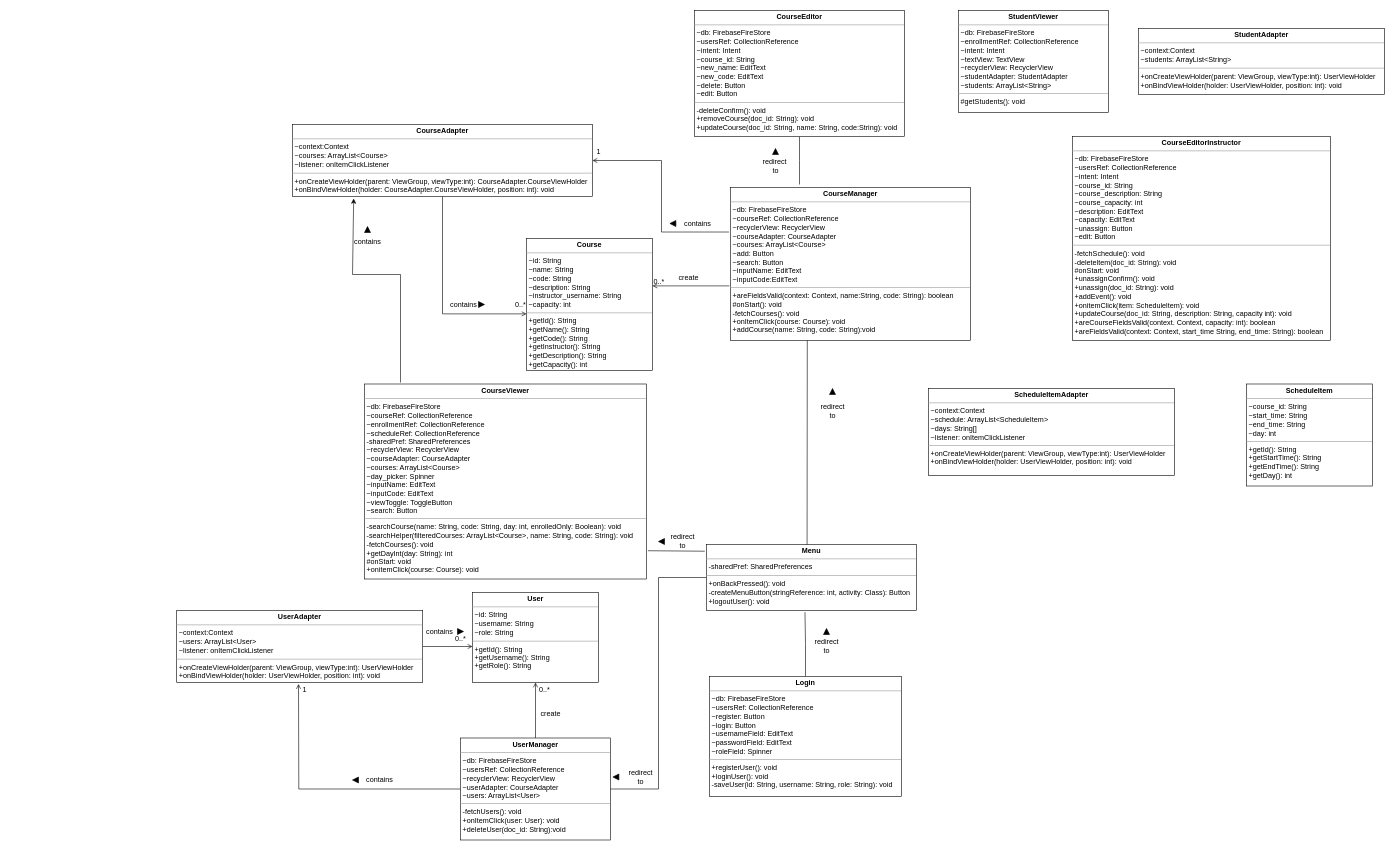
Before: UML_diagram.drawio in Lilydahamna/SEG3103_project, a draw.io diagram. Source tidied: cells renumbered, new cells numbered last; positions are measured from the earlier drawing's top-left corner, leaving out a move shared by most shapes. Both pictures are drawn from the tidied source at 60%, with x=0, y=0 at pixel (176, 10).
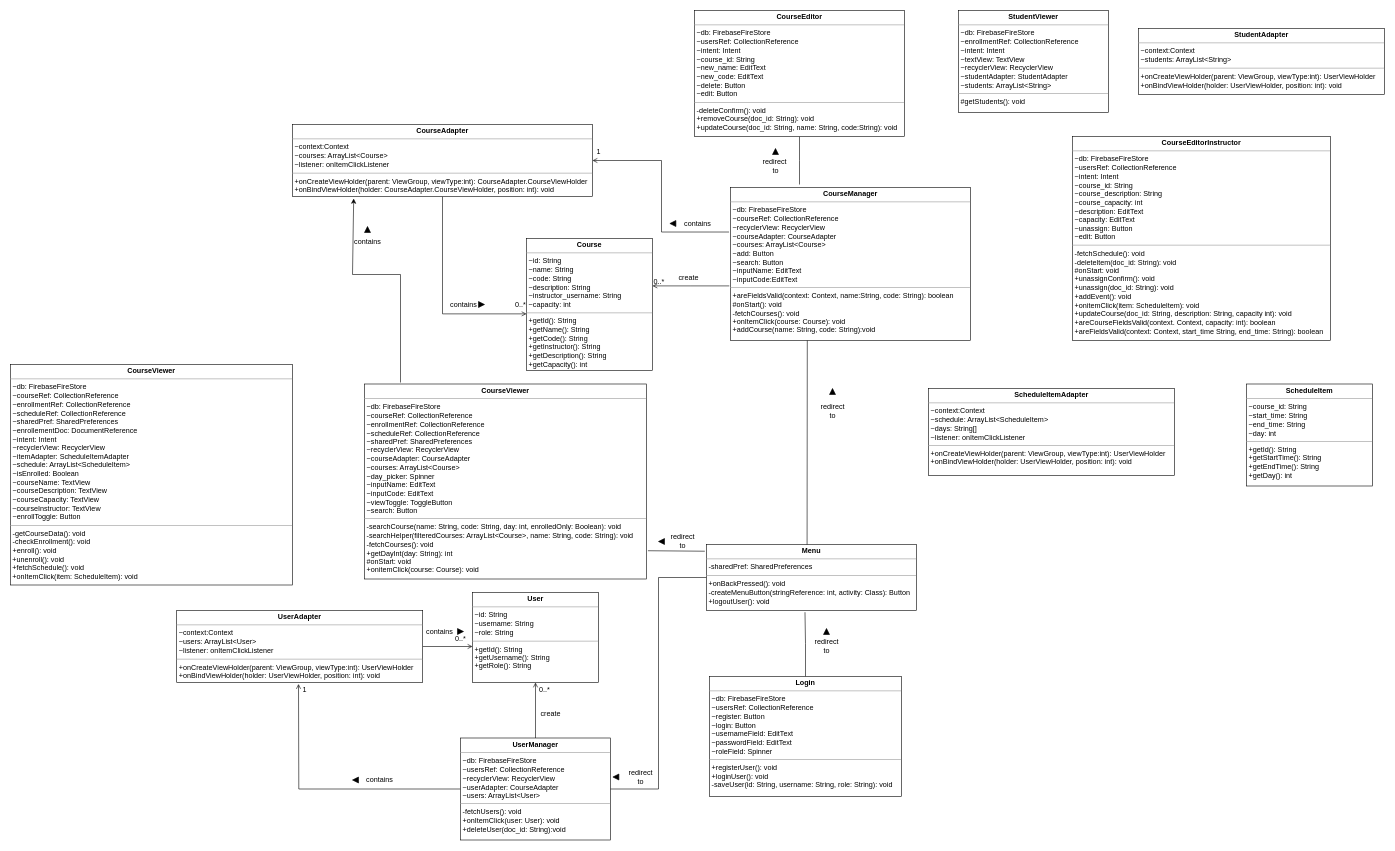
Above is the later version.

What changed in the source:
```diff
@@
-    <mxCell id="52" value="&lt;p style=&quot;margin:0px;margin-top:4px;text-align:center;&quot;&gt;&lt;b&gt;CourseViewer&lt;/b&gt;&lt;/p&gt;&lt;hr size=&quot;1&quot;&gt;&lt;p style=&quot;margin:0px;margin-left:4px;&quot;&gt;~db: FirebaseFireStore&lt;/p&gt;&lt;p style=&quot;margin:0px;margin-left:4px;&quot;&gt;~courseRef: CollectionReference&lt;/p&gt;&lt;p style=&quot;margin:0px;margin-left:4px;&quot;&gt;~enrollmentRef: CollectionReference&lt;br&gt;&lt;/p&gt;&lt;p style=&quot;margin:0px;margin-left:4px;&quot;&gt;~scheduleRef: CollectionReference&lt;br&gt;&lt;/p&gt;&lt;p style=&quot;margin:0px;margin-left:4px;&quot;&gt;-sharedPref: SharedPreferences&lt;/p&gt;&lt;p style=&quot;margin: 0px 0px 0px 4px;&quot;&gt;~recyclerView: RecyclerView&lt;/p&gt;&lt;p style=&quot;margin: 0px 0px 0px 4px;&quot;&gt;~courseAdapter: CourseAdapter&lt;/p&gt;&lt;p style=&quot;margin: 0px 0px 0px 4px;&quot;&gt;~courses: ArrayList&amp;lt;Course&amp;gt;&lt;/p&gt;&lt;p style=&quot;margin:0px;margin-left:4px;&quot;&gt;~day_picker: Spinner&lt;/p&gt;&lt;p style=&quot;margin:0px;margin-left:4px;&quot;&gt;~inputName: EditText&lt;/p&gt;&lt;p style=&quot;margin:0px;margin-left:4px;&quot;&gt;~inputCode: EditText&lt;/p&gt;&lt;p style=&quot;margin:0px;margin-left:4px;&quot;&gt;~viewToggle: ToggleButton&lt;/p&gt;&lt;p style=&quot;margin:0px;margin-left:4px;&quot;&gt;~search: Button&lt;/p&gt;&lt;hr size=&quot;1&quot;&gt;&lt;p style=&quot;margin:0px;margin-left:4px;&quot;&gt;-searchCourse(name: String, code: String, day: int, enrolledOnly: Boolean): void&lt;/p&gt;&lt;p style=&quot;margin:0px;margin-left:4px;&quot;&gt;-searchHelper(filteredCourses: ArrayList&amp;lt;Course&amp;gt;, name: String, code: String): void&lt;/p&gt;&lt;p style=&quot;margin:0px;margin-left:4px;&quot;&gt;-fetchCourses(): void&lt;/p&gt;&lt;p style=&quot;margin:0px;margin-left:4px;&quot;&gt;+getDayInt(day: String): int&lt;/p&gt;&lt;p style=&quot;margin:0px;margin-left:4px;&quot;&gt;#onStart: void&lt;/p&gt;&lt;p style=&quot;margin:0px;margin-left:4px;&quot;&gt;+onitemClick(course: Course): void&lt;/p&gt;" style="verticalAlign=top;align=left;overflow=fill;fontSize=12;fontFamily=Helvetica;html=1;" parent="1" vertex="1">
+    <mxCell id="52" value="&lt;p style=&quot;margin:0px;margin-top:4px;text-align:center;&quot;&gt;&lt;b&gt;CourseViewer&lt;/b&gt;&lt;/p&gt;&lt;hr size=&quot;1&quot;&gt;&lt;p style=&quot;margin:0px;margin-left:4px;&quot;&gt;~db: FirebaseFireStore&lt;/p&gt;&lt;p style=&quot;margin:0px;margin-left:4px;&quot;&gt;~courseRef: CollectionReference&lt;/p&gt;&lt;p style=&quot;margin:0px;margin-left:4px;&quot;&gt;~enrollmentRef: CollectionReference&lt;br&gt;&lt;/p&gt;&lt;p style=&quot;margin:0px;margin-left:4px;&quot;&gt;~scheduleRef: CollectionReference&lt;br&gt;&lt;/p&gt;&lt;p style=&quot;margin:0px;margin-left:4px;&quot;&gt;~sharedPref: SharedPreferences&lt;/p&gt;&lt;p style=&quot;margin: 0px 0px 0px 4px;&quot;&gt;~recyclerView: RecyclerView&lt;/p&gt;&lt;p style=&quot;margin: 0px 0px 0px 4px;&quot;&gt;~courseAdapter: CourseAdapter&lt;/p&gt;&lt;p style=&quot;margin: 0px 0px 0px 4px;&quot;&gt;~courses: ArrayList&amp;lt;Course&amp;gt;&lt;/p&gt;&lt;p style=&quot;margin:0px;margin-left:4px;&quot;&gt;~day_picker: Spinner&lt;/p&gt;&lt;p style=&quot;margin:0px;margin-left:4px;&quot;&gt;~inputName: EditText&lt;/p&gt;&lt;p style=&quot;margin:0px;margin-left:4px;&quot;&gt;~inputCode: EditText&lt;/p&gt;&lt;p style=&quot;margin:0px;margin-left:4px;&quot;&gt;~viewToggle: ToggleButton&lt;/p&gt;&lt;p style=&quot;margin:0px;margin-left:4px;&quot;&gt;~search: Button&lt;/p&gt;&lt;hr size=&quot;1&quot;&gt;&lt;p style=&quot;margin:0px;margin-left:4px;&quot;&gt;-searchCourse(name: String, code: String, day: int, enrolledOnly: Boolean): void&lt;/p&gt;&lt;p style=&quot;margin:0px;margin-left:4px;&quot;&gt;-searchHelper(filteredCourses: ArrayList&amp;lt;Course&amp;gt;, name: String, code: String): void&lt;/p&gt;&lt;p style=&quot;margin:0px;margin-left:4px;&quot;&gt;-fetchCourses(): void&lt;/p&gt;&lt;p style=&quot;margin:0px;margin-left:4px;&quot;&gt;+getDayInt(day: String): int&lt;/p&gt;&lt;p style=&quot;margin:0px;margin-left:4px;&quot;&gt;#onStart: void&lt;/p&gt;&lt;p style=&quot;margin:0px;margin-left:4px;&quot;&gt;+onitemClick(course: Course): void&lt;/p&gt;" style="verticalAlign=top;align=left;overflow=fill;fontSize=12;fontFamily=Helvetica;html=1;" parent="1" vertex="1">
       <mxGeometry x="313" y="622.5" width="470" height="325" as="geometry" />
     </mxCell>
@@
+    <mxCell id="59" value="&lt;p style=&quot;margin:0px;margin-top:4px;text-align:center;&quot;&gt;&lt;b&gt;CourseViewer&lt;/b&gt;&lt;/p&gt;&lt;hr size=&quot;1&quot;&gt;&lt;p style=&quot;margin:0px;margin-left:4px;&quot;&gt;~db: FirebaseFireStore&lt;/p&gt;&lt;p style=&quot;margin:0px;margin-left:4px;&quot;&gt;~courseRef: CollectionReference&lt;/p&gt;&lt;p style=&quot;margin:0px;margin-left:4px;&quot;&gt;~enrollmentRef: CollectionReference&lt;br&gt;&lt;/p&gt;&lt;p style=&quot;margin:0px;margin-left:4px;&quot;&gt;~scheduleRef: CollectionReference&lt;br&gt;&lt;/p&gt;&lt;p style=&quot;margin:0px;margin-left:4px;&quot;&gt;~sharedPref: SharedPreferences&lt;/p&gt;&lt;p style=&quot;margin:0px;margin-left:4px;&quot;&gt;~enrollementDoc: DocumentReference&lt;/p&gt;&lt;p style=&quot;margin:0px;margin-left:4px;&quot;&gt;~intent: Intent&lt;/p&gt;&lt;p style=&quot;margin: 0px 0px 0px 4px;&quot;&gt;~recyclerView: RecyclerView&lt;/p&gt;&lt;p style=&quot;margin: 0px 0px 0px 4px;&quot;&gt;~itemAdapter: ScheduleItemAdapter&lt;/p&gt;&lt;p style=&quot;margin: 0px 0px 0px 4px;&quot;&gt;~schedule: ArrayList&amp;lt;ScheduleItem&amp;gt;&lt;/p&gt;&lt;p style=&quot;margin: 0px 0px 0px 4px;&quot;&gt;~isEnrolled: Boolean&lt;/p&gt;&lt;p style=&quot;margin: 0px 0px 0px 4px;&quot;&gt;~courseName: TextView&lt;br&gt;&lt;/p&gt;&lt;p style=&quot;margin:0px;margin-left:4px;&quot;&gt;~courseDescription: TextView&lt;/p&gt;&lt;p style=&quot;margin:0px;margin-left:4px;&quot;&gt;~courseCapacity: TextView&lt;br&gt;&lt;/p&gt;&amp;nbsp;~courseInstructor: TextView&lt;p style=&quot;margin:0px;margin-left:4px;&quot;&gt;~enrollToggle: Button&lt;/p&gt;&lt;hr size=&quot;1&quot;&gt;&lt;p style=&quot;margin:0px;margin-left:4px;&quot;&gt;-getCourseData(): void&lt;/p&gt;&lt;p style=&quot;margin:0px;margin-left:4px;&quot;&gt;-checkEnrollment(): void&lt;/p&gt;&lt;p style=&quot;margin:0px;margin-left:4px;&quot;&gt;+enroll(): void&lt;/p&gt;&amp;nbsp;+unenroll(): void&lt;br&gt;&amp;nbsp;+fetchSchedule(): void&lt;br&gt;&amp;nbsp;+onItemClick(item: ScheduleItem): void&lt;br&gt;&lt;p style=&quot;margin:0px;margin-left:4px;&quot;&gt;&lt;br&gt;&lt;/p&gt;" style="verticalAlign=top;align=left;overflow=fill;fontSize=12;fontFamily=Helvetica;html=1;" parent="1" vertex="1">
+      <mxGeometry x="-277" y="590" width="470" height="367.5" as="geometry" />
+    </mxCell>
```
